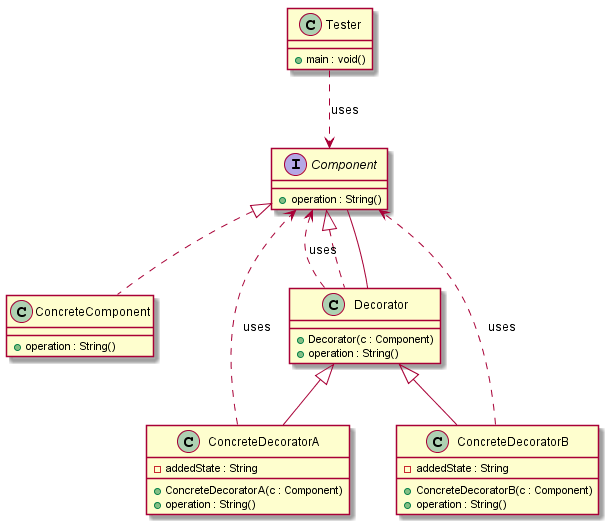
Above: JavaUMLParser/src/test/resources/Test-Case-5/output.png in MeenakshiParyani/CMPE-202 (PlantUML), before the change. Source of this version:
```plantuml
@startuml
interface Component {
 +operation : String()
}

class ConcreteComponent implements Component {
 +operation : String()
}

class ConcreteDecoratorA extends Decorator {
 +ConcreteDecoratorA(c : Component)
 -addedState : String
 +operation : String()
}

class ConcreteDecoratorB extends Decorator {
 +ConcreteDecoratorB(c : Component)
 -addedState : String
 +operation : String()
}

class Decorator implements Component {
 +Decorator(c : Component)
 +operation : String()
}

class Tester {
 +main : void()
}

ConcreteDecoratorA ..> Component : uses
ConcreteDecoratorB ..> Component : uses
Decorator ..> Component : uses
Tester ..> Component : uses
Decorator -- Component
@enduml
```
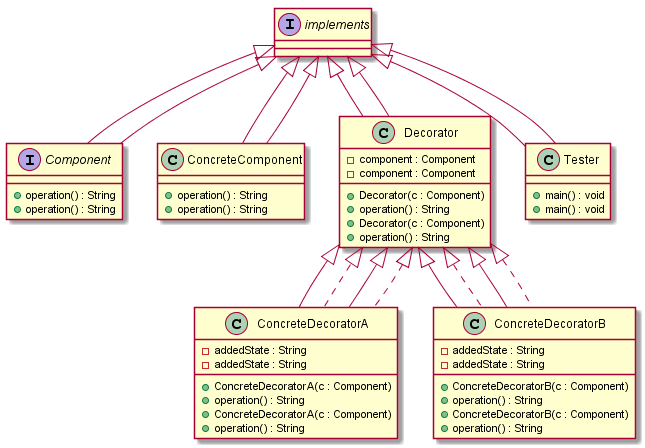
The same file after the commit.

Diff of the diagram source:
```diff
@@ -1,36 +1,62 @@
 @startuml
-interface Component {
- +operation : String()
+interface Component extends  implements  {
+ +operation() : String
 }
 
-class ConcreteComponent implements Component {
- +operation : String()
+class ConcreteComponent extends  implements  {
+ +operation() : String
 }
 
-class ConcreteDecoratorA extends Decorator {
+class ConcreteDecoratorA extends Decorator implements Decorator {
  +ConcreteDecoratorA(c : Component)
  -addedState : String
- +operation : String()
+ +operation() : String
 }
 
-class ConcreteDecoratorB extends Decorator {
+class ConcreteDecoratorB extends Decorator implements Decorator {
  +ConcreteDecoratorB(c : Component)
  -addedState : String
- +operation : String()
+ +operation() : String
 }
 
-class Decorator implements Component {
+class Decorator extends  implements  {
  +Decorator(c : Component)
- +operation : String()
+ -component : Component
+ +operation() : String
 }
 
-class Tester {
- +main : void()
+class Tester extends  implements  {
+ +main() : void
 }
 
-ConcreteDecoratorA ..> Component : uses
-ConcreteDecoratorB ..> Component : uses
-Decorator ..> Component : uses
-Tester ..> Component : uses
-Decorator -- Component
+interface Component extends  implements  {
+ +operation() : String
+}
+
+class ConcreteComponent extends  implements  {
+ +operation() : String
+}
+
+class ConcreteDecoratorA extends Decorator implements Decorator {
+ +ConcreteDecoratorA(c : Component)
+ -addedState : String
+ +operation() : String
+}
+
+class ConcreteDecoratorB extends Decorator implements Decorator {
+ +ConcreteDecoratorB(c : Component)
+ -addedState : String
+ +operation() : String
+}
+
+class Decorator extends  implements  {
+ +Decorator(c : Component)
+ -component : Component
+ +operation() : String
+}
+
+class Tester extends  implements  {
+ +main() : void
+}
+
 @enduml
```
